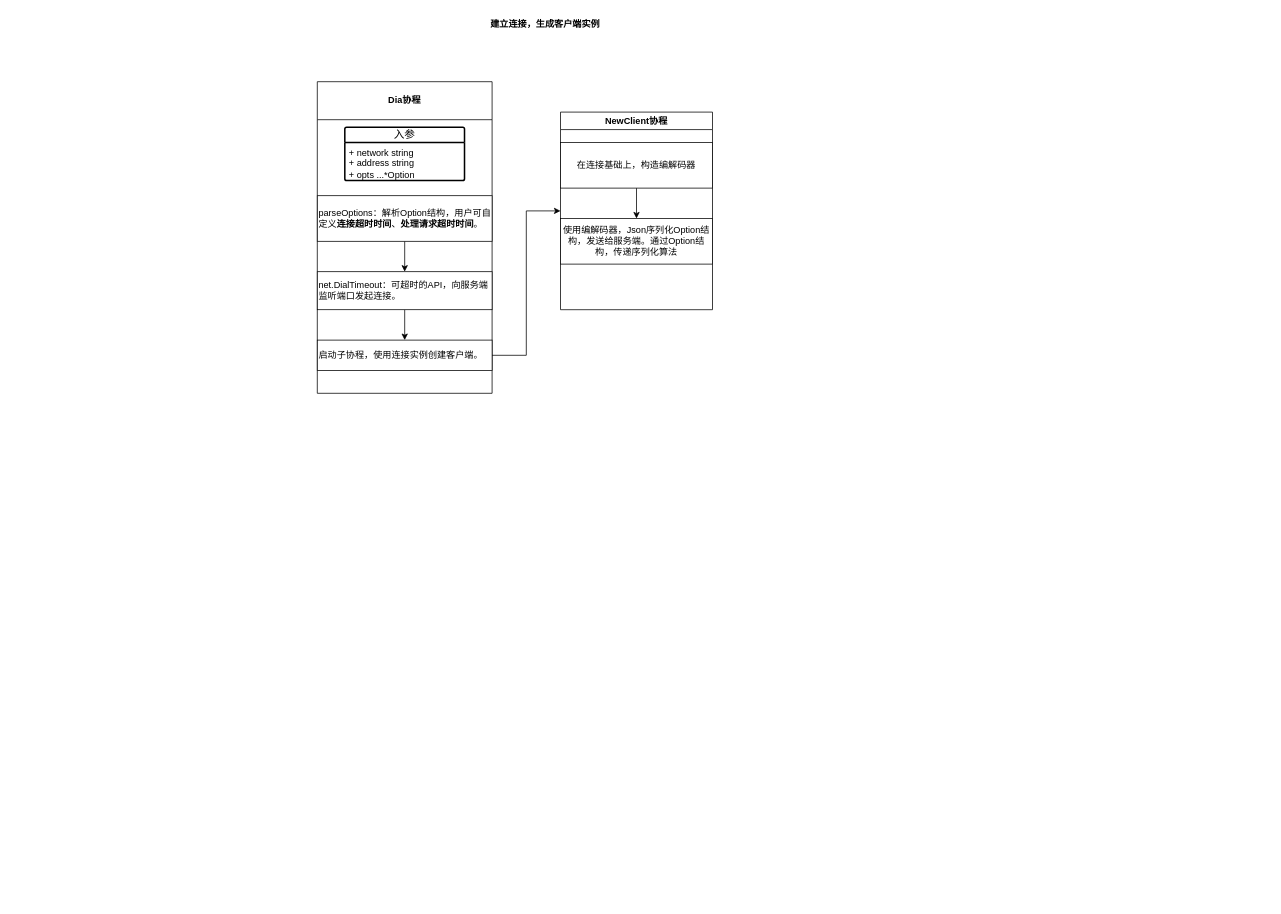
Earlier version of the draw.io diagram DIY_RPC/DIY_RPC_client.drawio (wsxzei/markdown-photos). Source tidied: cells renumbered, new cells numbered last; positions are measured from the earlier drawing's top-left corner, leaving out a move shared by most shapes. Both pictures are drawn from the tidied source at 76%, with x=0, y=0 at pixel (317, 13).
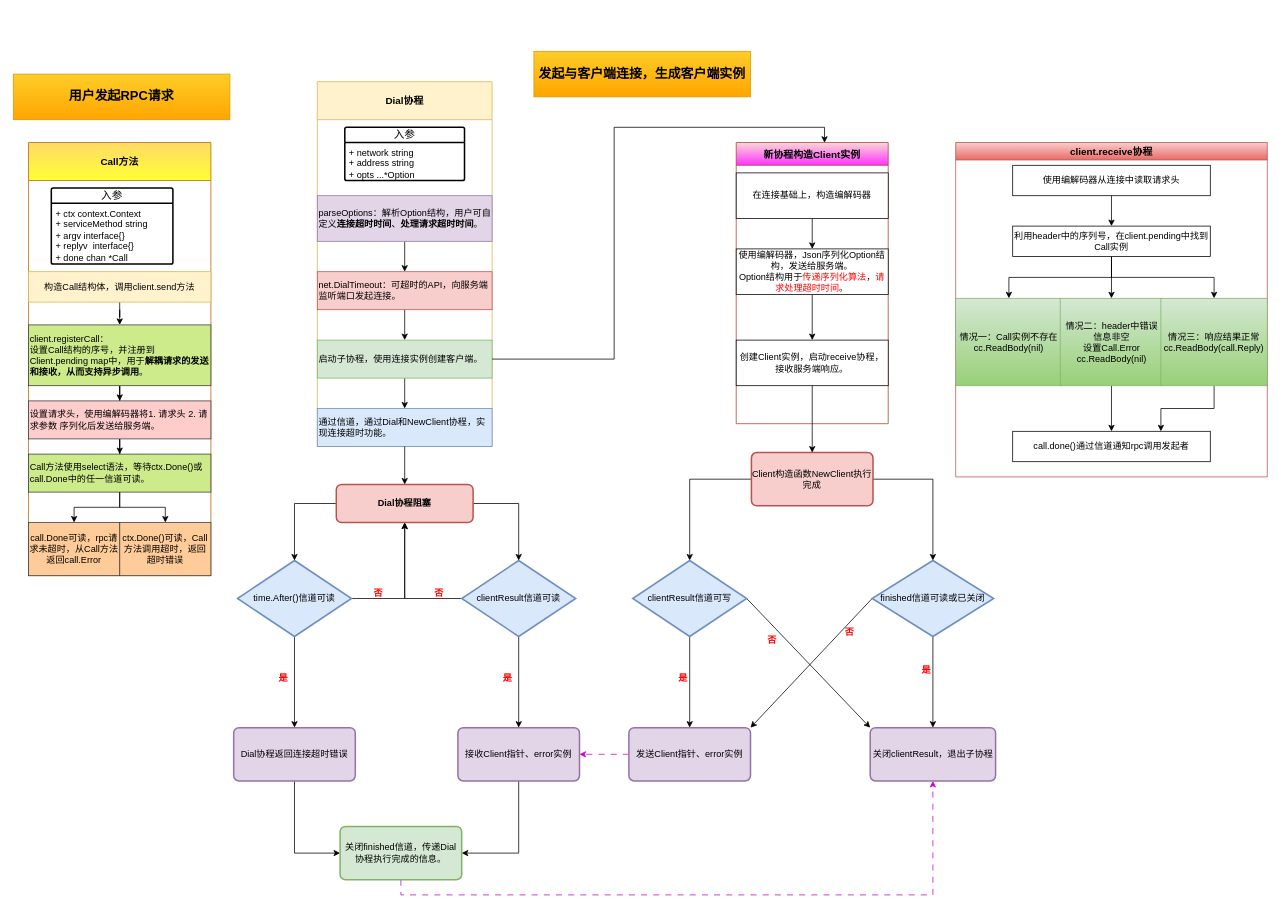
The same diagram, later.

The edit, as a diff of the source:
```diff
@@
-    <mxCell id="2" value="Dia协程" style="swimlane;whiteSpace=wrap;html=1;startSize=50;" parent="1" vertex="1">
-      <mxGeometry y="90" width="230" height="410" as="geometry" />
+    <mxCell id="2" value="Dial协程" style="swimlane;whiteSpace=wrap;html=1;startSize=50;fillColor=#fff2cc;strokeColor=#d6b656;fontSize=13;" parent="1" vertex="1">
+      <mxGeometry y="90" width="230" height="480" as="geometry" />
     </mxCell>
@@
-    <mxCell id="4" value="parseOptions：解析Option结构，用户可自定义&lt;b&gt;连接超时时间&lt;/b&gt;、&lt;b&gt;处理请求超时时间&lt;/b&gt;。" style="rounded=0;whiteSpace=wrap;html=1;align=left;" parent="2" vertex="1">
+    <mxCell id="4" value="parseOptions：解析Option结构，用户可自定义&lt;b&gt;连接超时时间&lt;/b&gt;、&lt;b&gt;处理请求超时时间&lt;/b&gt;。" style="rounded=0;whiteSpace=wrap;html=1;align=left;fillColor=#e1d5e7;strokeColor=#9673a6;" parent="2" vertex="1">
       <mxGeometry y="150" width="230" height="60" as="geometry" />
     </mxCell>
@@
-    <mxCell id="6" value="net.DialTimeout：可超时的API，向服务端监听端口发起连接。" style="rounded=0;whiteSpace=wrap;html=1;align=left;" parent="2" vertex="1">
+    <mxCell id="6" value="net.DialTimeout：可超时的API，向服务端监听端口发起连接。" style="rounded=0;whiteSpace=wrap;html=1;align=left;fillColor=#f8cecc;strokeColor=#b85450;" parent="2" vertex="1">
       <mxGeometry y="250" width="230" height="50" as="geometry" />
     </mxCell>
+    <mxCell id="16" style="edgeStyle=orthogonalEdgeStyle;rounded=0;jettySize=auto;html=1;" parent="2" edge="1" source="7" target="17">
+      <mxGeometry relative="1" as="geometry" />
+    </mxCell>
-    <mxCell id="7" value="启动子协程，使用连接实例创建客户端。" style="rounded=0;whiteSpace=wrap;html=1;align=left;" parent="2" vertex="1">
-      <mxGeometry y="340" width="230" height="40" as="geometry" />
+    <mxCell id="7" value="启动子协程，使用连接实例创建客户端。" style="rounded=0;whiteSpace=wrap;html=1;align=left;fillColor=#d5e8d4;strokeColor=#82b366;" parent="2" vertex="1">
+      <mxGeometry y="340" width="230" height="50" as="geometry" />
     </mxCell>
@@
+    <mxCell id="17" value="通过信道，通过Dial和NewClient协程，实现连接超时功能。" style="rounded=0;whiteSpace=wrap;html=1;align=left;fillColor=#dae8fc;strokeColor=#6c8ebf;" parent="2" vertex="1">
+      <mxGeometry y="430" width="230" height="50" as="geometry" />
+    </mxCell>
-    <mxCell id="10" value="建立连接，生成客户端实例" style="text;html=1;strokeColor=none;fillColor=none;align=center;verticalAlign=middle;whiteSpace=wrap;rounded=0;fontStyle=1;" parent="1" vertex="1">
-      <mxGeometry x="225" width="150" height="30" as="geometry" />
+    <mxCell id="10" value="发起与客户端连接，生成客户端实例" style="text;html=1;fillColor=#ffcd28;align=center;verticalAlign=middle;whiteSpace=wrap;rounded=0;fontStyle=1;fontSize=17;strokeColor=#d79b00;gradientColor=#ffa500;" parent="1" vertex="1">
+      <mxGeometry x="285" y="50" width="285" height="60" as="geometry" />
     </mxCell>
-    <mxCell id="11" value="NewClient协程" style="swimlane;" parent="1" vertex="1">
-      <mxGeometry x="320" y="130" width="200" height="260" as="geometry" />
+    <mxCell id="11" value="新协程构造Client实例" style="swimlane;fillColor=#fad9d5;strokeColor=#ae4132;gradientColor=#FF33FF;startSize=30;fontSize=13;" parent="1" vertex="1">
+      <mxGeometry x="551.2" y="170" width="200" height="370" as="geometry" />
     </mxCell>
@@
+    <mxCell id="18" style="edgeStyle=orthogonalEdgeStyle;rounded=0;jettySize=auto;html=1;exitX=0.5;exitY=1;exitDx=0;exitDy=0;" parent="11" edge="1" source="14" target="19">
+      <mxGeometry relative="1" as="geometry" />
+    </mxCell>
-    <mxCell id="14" value="使用编解码器，Json序列化Option结构，发送给服务端。通过Option结构，传递序列化算法" style="rounded=0;whiteSpace=wrap;html=1;" parent="11" vertex="1">
+    <mxCell id="14" value="使用编解码器，Json序列化Option结构，发送给服务端。&lt;br&gt;Option结构用于&lt;font color=&quot;#ff0000&quot;&gt;传递序列化算法&lt;/font&gt;，&lt;font color=&quot;#ff0000&quot;&gt;请求处理超时时间&lt;/font&gt;。" style="rounded=0;whiteSpace=wrap;html=1;" parent="11" vertex="1">
       <mxGeometry y="140" width="200" height="60" as="geometry" />
     </mxCell>
+    <mxCell id="19" value="创建Client实例，启动receive协程，接收服务端响应。" style="rounded=0;whiteSpace=wrap;html=1;" parent="11" vertex="1">
+      <mxGeometry y="260" width="200" height="60" as="geometry" />
+    </mxCell>
+    <mxCell id="20" style="edgeStyle=orthogonalEdgeStyle;rounded=0;jettySize=auto;html=1;exitX=0;exitY=0.5;exitDx=0;exitDy=0;exitPerimeter=0;entryX=0.5;entryY=1;entryDx=0;entryDy=0;" parent="1" edge="1" source="22" target="30">
+      <mxGeometry relative="1" as="geometry" />
+    </mxCell>
+    <mxCell id="21" style="edgeStyle=orthogonalEdgeStyle;rounded=0;jettySize=auto;html=1;exitX=0.5;exitY=1;exitDx=0;exitDy=0;exitPerimeter=0;" parent="1" edge="1" source="22" target="46">
+      <mxGeometry relative="1" as="geometry" />
+    </mxCell>
+    <mxCell id="22" value="clientResult信道可读" style="strokeWidth=2;html=1;shape=mxgraph.flowchart.decision;whiteSpace=wrap;fillColor=#dae8fc;strokeColor=#6c8ebf;" parent="1" vertex="1">
+      <mxGeometry x="190" y="720" width="150" height="100" as="geometry" />
+    </mxCell>
+    <mxCell id="23" style="edgeStyle=orthogonalEdgeStyle;rounded=0;jettySize=auto;html=1;exitX=0.5;exitY=1;exitDx=0;exitDy=0;exitPerimeter=0;" parent="1" edge="1" source="25" target="27">
+      <mxGeometry relative="1" as="geometry" />
+    </mxCell>
+    <mxCell id="24" style="edgeStyle=orthogonalEdgeStyle;rounded=0;jettySize=auto;html=1;exitX=1;exitY=0.5;exitDx=0;exitDy=0;exitPerimeter=0;entryX=0.5;entryY=1;entryDx=0;entryDy=0;" parent="1" edge="1" source="25" target="30">
+      <mxGeometry relative="1" as="geometry" />
+    </mxCell>
+    <mxCell id="25" value="time.After()信道可读" style="strokeWidth=2;html=1;shape=mxgraph.flowchart.decision;whiteSpace=wrap;fillColor=#dae8fc;strokeColor=#6c8ebf;" parent="1" vertex="1">
+      <mxGeometry x="-105" y="720" width="150" height="100" as="geometry" />
+    </mxCell>
+    <mxCell id="26" style="edgeStyle=orthogonalEdgeStyle;rounded=0;jettySize=auto;html=1;exitX=0.5;exitY=1;exitDx=0;exitDy=0;entryX=0;entryY=0.5;entryDx=0;entryDy=0;" parent="1" edge="1" source="27" target="48">
+      <mxGeometry relative="1" as="geometry" />
+    </mxCell>
+    <mxCell id="27" value="Dial协程返回连接超时错误" style="rounded=1;whiteSpace=wrap;html=1;absoluteArcSize=1;arcSize=14;strokeWidth=2;fillColor=#e1d5e7;strokeColor=#9673a6;" parent="1" vertex="1">
+      <mxGeometry x="-110" y="940" width="160" height="70" as="geometry" />
+    </mxCell>
+    <mxCell id="28" style="edgeStyle=orthogonalEdgeStyle;rounded=0;jettySize=auto;html=1;exitX=0;exitY=0.5;exitDx=0;exitDy=0;entryX=0.5;entryY=0;entryDx=0;entryDy=0;entryPerimeter=0;" parent="1" edge="1" source="30" target="25">
+      <mxGeometry relative="1" as="geometry" />
+    </mxCell>
+    <mxCell id="29" style="edgeStyle=orthogonalEdgeStyle;rounded=0;jettySize=auto;html=1;exitX=1;exitY=0.5;exitDx=0;exitDy=0;entryX=0.5;entryY=0;entryDx=0;entryDy=0;entryPerimeter=0;" parent="1" edge="1" source="30" target="22">
+      <mxGeometry relative="1" as="geometry" />
+    </mxCell>
+    <mxCell id="30" value="Dial协程阻塞" style="rounded=1;whiteSpace=wrap;html=1;absoluteArcSize=1;arcSize=14;strokeWidth=2;fontStyle=1;fillColor=#f8cecc;strokeColor=#b85450;" parent="1" vertex="1">
+      <mxGeometry x="25" y="620" width="180" height="50" as="geometry" />
+    </mxCell>
+    <mxCell id="31" style="edgeStyle=orthogonalEdgeStyle;rounded=0;jettySize=auto;html=1;exitX=0.5;exitY=1;exitDx=0;exitDy=0;" parent="1" edge="1" source="17" target="30">
+      <mxGeometry relative="1" as="geometry" />
+    </mxCell>
+    <mxCell id="32" value="是" style="text;html=1;align=center;verticalAlign=middle;strokeColor=none;fillColor=none;fontStyle=1;fontColor=#FF0000;" parent="1" vertex="1">
+      <mxGeometry x="-65" y="860" width="40" height="30" as="geometry" />
+    </mxCell>
+    <mxCell id="33" value="否" style="text;html=1;align=center;verticalAlign=middle;strokeColor=none;fillColor=none;fontStyle=1;fontColor=#FF0000;" parent="1" vertex="1">
+      <mxGeometry x="60" y="748" width="40" height="30" as="geometry" />
+    </mxCell>
+    <mxCell id="34" value="否" style="text;html=1;align=center;verticalAlign=middle;strokeColor=none;fillColor=none;fontStyle=1;fontColor=#FF0000;" parent="1" vertex="1">
+      <mxGeometry x="140" y="748" width="40" height="30" as="geometry" />
+    </mxCell>
+    <mxCell id="35" style="edgeStyle=orthogonalEdgeStyle;rounded=0;jettySize=auto;html=1;exitX=0;exitY=0.5;exitDx=0;exitDy=0;entryX=0.5;entryY=0;entryDx=0;entryDy=0;entryPerimeter=0;" parent="1" edge="1" source="37" target="40">
+      <mxGeometry relative="1" as="geometry" />
+    </mxCell>
+    <mxCell id="36" style="edgeStyle=orthogonalEdgeStyle;rounded=0;jettySize=auto;html=1;exitX=1;exitY=0.5;exitDx=0;exitDy=0;entryX=0.5;entryY=0;entryDx=0;entryDy=0;entryPerimeter=0;" parent="1" edge="1" source="37" target="43">
+      <mxGeometry relative="1" as="geometry" />
+    </mxCell>
+    <mxCell id="37" value="Client构造函数NewClient执行完成" style="rounded=1;whiteSpace=wrap;html=1;absoluteArcSize=1;arcSize=14;strokeWidth=2;fillColor=#f8cecc;strokeColor=#b85450;" parent="1" vertex="1">
+      <mxGeometry x="571.2" y="578" width="160" height="70" as="geometry" />
+    </mxCell>
+    <mxCell id="38" style="edgeStyle=orthogonalEdgeStyle;rounded=0;jettySize=auto;html=1;exitX=0.5;exitY=1;exitDx=0;exitDy=0;exitPerimeter=0;" parent="1" edge="1" source="40" target="50">
+      <mxGeometry relative="1" as="geometry" />
+    </mxCell>
+    <mxCell id="39" style="rounded=0;jettySize=auto;html=1;exitX=1;exitY=0.5;exitDx=0;exitDy=0;exitPerimeter=0;entryX=0;entryY=0;entryDx=0;entryDy=0;" parent="1" edge="1" source="40" target="52">
+      <mxGeometry relative="1" as="geometry" />
+    </mxCell>
+    <mxCell id="40" value="clientResult信道可写" style="strokeWidth=2;html=1;shape=mxgraph.flowchart.decision;whiteSpace=wrap;fillColor=#dae8fc;strokeColor=#6c8ebf;" parent="1" vertex="1">
+      <mxGeometry x="415" y="720" width="150" height="100" as="geometry" />
+    </mxCell>
+    <mxCell id="41" style="edgeStyle=orthogonalEdgeStyle;rounded=0;jettySize=auto;html=1;exitX=0.5;exitY=1;exitDx=0;exitDy=0;exitPerimeter=0;entryX=0.5;entryY=0;entryDx=0;entryDy=0;" parent="1" edge="1" source="43" target="52">
+      <mxGeometry relative="1" as="geometry" />
+    </mxCell>
+    <mxCell id="42" style="rounded=0;jettySize=auto;html=1;exitX=0;exitY=0.5;exitDx=0;exitDy=0;exitPerimeter=0;entryX=1;entryY=0;entryDx=0;entryDy=0;" parent="1" edge="1" source="43" target="50">
+      <mxGeometry relative="1" as="geometry" />
+    </mxCell>
+    <mxCell id="43" value="finished信道可读或已关闭" style="strokeWidth=2;html=1;shape=mxgraph.flowchart.decision;whiteSpace=wrap;fillColor=#dae8fc;strokeColor=#6c8ebf;" parent="1" vertex="1">
+      <mxGeometry x="730" y="720" width="160" height="100" as="geometry" />
+    </mxCell>
+    <mxCell id="44" value="是" style="text;html=1;align=center;verticalAlign=middle;strokeColor=none;fillColor=none;fontStyle=1;fontColor=#FF0000;" parent="1" vertex="1">
+      <mxGeometry x="230" y="860" width="40" height="30" as="geometry" />
+    </mxCell>
+    <mxCell id="45" style="edgeStyle=orthogonalEdgeStyle;rounded=0;jettySize=auto;html=1;exitX=0.5;exitY=1;exitDx=0;exitDy=0;entryX=1;entryY=0.5;entryDx=0;entryDy=0;" parent="1" edge="1" source="46" target="48">
+      <mxGeometry relative="1" as="geometry" />
+    </mxCell>
+    <mxCell id="46" value="接收Client指针、error实例" style="rounded=1;whiteSpace=wrap;html=1;absoluteArcSize=1;arcSize=14;strokeWidth=2;fillColor=#e1d5e7;strokeColor=#9673a6;" parent="1" vertex="1">
+      <mxGeometry x="185" y="940" width="160" height="70" as="geometry" />
+    </mxCell>
+    <mxCell id="47" style="edgeStyle=orthogonalEdgeStyle;rounded=0;jettySize=auto;html=1;exitX=0.5;exitY=1;exitDx=0;exitDy=0;entryX=0.5;entryY=1;entryDx=0;entryDy=0;dashed=1;dashPattern=8 8;strokeColor=#CC00CC;" parent="1" edge="1" source="48" target="52">
+      <mxGeometry relative="1" as="geometry" />
+    </mxCell>
+    <mxCell id="48" value="关闭finished信道，传递Dial协程执行完成的信息。" style="rounded=1;whiteSpace=wrap;html=1;absoluteArcSize=1;arcSize=14;strokeWidth=2;fillColor=#d5e8d4;strokeColor=#82b366;" parent="1" vertex="1">
+      <mxGeometry x="30" y="1070" width="160" height="70" as="geometry" />
+    </mxCell>
+    <mxCell id="49" style="edgeStyle=orthogonalEdgeStyle;rounded=0;jettySize=auto;html=1;exitX=0;exitY=0.5;exitDx=0;exitDy=0;dashed=1;dashPattern=8 8;strokeColor=#CC00CC;" parent="1" edge="1" source="50" target="46">
+      <mxGeometry relative="1" as="geometry" />
+    </mxCell>
+    <mxCell id="50" value="发送Client指针、error实例" style="rounded=1;whiteSpace=wrap;html=1;absoluteArcSize=1;arcSize=14;strokeWidth=2;fillColor=#e1d5e7;strokeColor=#9673a6;" parent="1" vertex="1">
+      <mxGeometry x="410" y="940" width="160" height="70" as="geometry" />
+    </mxCell>
+    <mxCell id="51" value="是" style="text;html=1;align=center;verticalAlign=middle;strokeColor=none;fillColor=none;fontStyle=1;fontColor=#FF0000;" parent="1" vertex="1">
+      <mxGeometry x="461.2" y="860" width="40" height="30" as="geometry" />
+    </mxCell>
+    <mxCell id="52" value="关闭clientResult，退出子协程" style="rounded=1;whiteSpace=wrap;html=1;absoluteArcSize=1;arcSize=14;strokeWidth=2;fillColor=#e1d5e7;strokeColor=#9673a6;" parent="1" vertex="1">
+      <mxGeometry x="727.5" y="940" width="165" height="70" as="geometry" />
+    </mxCell>
+    <mxCell id="53" value="否" style="text;html=1;align=center;verticalAlign=middle;strokeColor=none;fillColor=none;fontStyle=1;fontColor=#FF0000;" parent="1" vertex="1">
+      <mxGeometry x="680" y="800" width="40" height="30" as="geometry" />
+    </mxCell>
+    <mxCell id="54" value="否" style="text;html=1;align=center;verticalAlign=middle;strokeColor=none;fillColor=none;fontStyle=1;fontColor=#FF0000;" parent="1" vertex="1">
+      <mxGeometry x="577.5" y="810" width="40" height="30" as="geometry" />
+    </mxCell>
+    <mxCell id="55" value="是" style="text;html=1;align=center;verticalAlign=middle;strokeColor=none;fillColor=none;fontStyle=1;fontColor=#FF0000;" parent="1" vertex="1">
+      <mxGeometry x="781.2" y="850" width="40" height="30" as="geometry" />
+    </mxCell>
+    <mxCell id="56" style="edgeStyle=orthogonalEdgeStyle;rounded=0;jettySize=auto;html=1;exitX=0.5;exitY=1;exitDx=0;exitDy=0;" parent="1" edge="1" source="19" target="37">
+      <mxGeometry relative="1" as="geometry" />
+    </mxCell>
-    <mxCell id="15" style="edgeStyle=orthogonalEdgeStyle;rounded=0;jettySize=auto;html=1;exitX=1;exitY=0.5;exitDx=0;exitDy=0;entryX=0;entryY=0.5;entryDx=0;entryDy=0;" parent="1" edge="1" source="7" target="11">
+    <mxCell id="15" style="edgeStyle=orthogonalEdgeStyle;rounded=0;jettySize=auto;html=1;exitX=1;exitY=0.5;exitDx=0;exitDy=0;entryX=0.581;entryY=0.001;entryDx=0;entryDy=0;entryPerimeter=0;" parent="1" edge="1" source="7" target="11">
       <mxGeometry relative="1" as="geometry" />
     </mxCell>
+    <mxCell id="57" value="用户发起RPC请求" style="text;html=1;fillColor=#ffcd28;align=center;verticalAlign=middle;whiteSpace=wrap;rounded=0;fontStyle=1;fontSize=17;strokeColor=#d79b00;gradientColor=#ffa500;" parent="1" vertex="1">
+      <mxGeometry x="-400" y="80" width="285" height="60" as="geometry" />
+    </mxCell>
+    <mxCell id="58" value="Call方法" style="swimlane;whiteSpace=wrap;html=1;startSize=50;fillColor=#FFD966;strokeColor=#b46504;gradientColor=#FFFF33;fontSize=13;" parent="1" vertex="1">
+      <mxGeometry x="-380" y="170" width="240" height="570" as="geometry" />
+    </mxCell>
+    <mxCell id="59" style="edgeStyle=orthogonalEdgeStyle;rounded=0;jettySize=auto;html=1;" parent="58" edge="1" source="60" target="62">
+      <mxGeometry relative="1" as="geometry" />
+    </mxCell>
+    <mxCell id="60" value="构造Call结构体，调用client.send方法" style="rounded=0;whiteSpace=wrap;html=1;align=center;fillColor=#fff2cc;strokeColor=#d6b656;" parent="58" vertex="1">
+      <mxGeometry y="170" width="240" height="40" as="geometry" />
+    </mxCell>
+    <mxCell id="61" style="edgeStyle=orthogonalEdgeStyle;rounded=0;jettySize=auto;html=1;" parent="58" edge="1" source="62" target="64">
+      <mxGeometry relative="1" as="geometry" />
+    </mxCell>
+    <mxCell id="62" value="client.registerCall：&lt;br&gt;设置Call结构的序号，并注册到Client.pending map中，用于&lt;b&gt;解耦请求的发送和接收，从而支持异步调用&lt;/b&gt;。" style="rounded=0;whiteSpace=wrap;html=1;align=left;fillColor=#cdeb8b;strokeColor=#36393d;" parent="58" vertex="1">
+      <mxGeometry y="240" width="240" height="80" as="geometry" />
+    </mxCell>
+    <mxCell id="63" style="edgeStyle=orthogonalEdgeStyle;rounded=0;jettySize=auto;html=1;" parent="58" edge="1" source="64" target="68">
+      <mxGeometry relative="1" as="geometry" />
+    </mxCell>
+    <mxCell id="64" value="设置请求头，使用编解码器将1. 请求头 2. 请求参数 序列化后发送给服务端。" style="rounded=0;whiteSpace=wrap;html=1;align=left;fillColor=#ffcccc;strokeColor=#36393d;" parent="58" vertex="1">
+      <mxGeometry y="340" width="240" height="50" as="geometry" />
+    </mxCell>
+    <mxCell id="65" value="入参" style="swimlane;horizontal=1;startSize=20;rounded=1;fontSize=14;fontStyle=0;strokeWidth=2;shadow=0;dashed=0;align=center;arcSize=4;whiteSpace=wrap;html=1;" parent="58" vertex="1">
+      <mxGeometry x="30" y="60" width="160" height="100" as="geometry" />
+    </mxCell>
+    <mxCell id="66" value="+ ctx context.Context&lt;br&gt;+ serviceMethod string&lt;br&gt;+ argv interface{}&lt;br&gt;+ replyv&amp;nbsp; interface{}&lt;br&gt;+ done chan *Call" style="align=left;strokeColor=none;fillColor=none;spacingLeft=4;fontSize=12;verticalAlign=top;html=1;" parent="65" vertex="1">
+      <mxGeometry y="20" width="160" height="80" as="geometry" />
+    </mxCell>
+    <mxCell id="67" style="edgeStyle=orthogonalEdgeStyle;rounded=0;jettySize=auto;html=1;exitX=0.5;exitY=1;exitDx=0;exitDy=0;" parent="58" edge="1" source="68" target="69">
+      <mxGeometry relative="1" as="geometry" />
+    </mxCell>
+    <mxCell id="68" value="Call方法使用select语法，等待ctx.Done()或call.Done中的任一信道可读。" style="rounded=0;whiteSpace=wrap;html=1;align=left;fillColor=#cdeb8b;strokeColor=#36393d;" parent="58" vertex="1">
+      <mxGeometry y="410" width="240" height="50" as="geometry" />
+    </mxCell>
+    <mxCell id="69" value="ctx.Done()可读，Call方法调用超时，返回超时错误" style="rounded=0;whiteSpace=wrap;html=1;fillColor=#ffcc99;strokeColor=#36393d;" parent="58" vertex="1">
+      <mxGeometry x="120" y="500" width="120" height="70" as="geometry" />
+    </mxCell>
+    <mxCell id="70" value="call.Done可读，rpc请求未超时，从Call方法返回call.Error" style="rounded=0;whiteSpace=wrap;html=1;fillColor=#ffcc99;strokeColor=#36393d;" parent="1" vertex="1">
+      <mxGeometry x="-380" y="670" width="120" height="70" as="geometry" />
+    </mxCell>
+    <mxCell id="71" style="edgeStyle=orthogonalEdgeStyle;rounded=0;jettySize=auto;html=1;exitX=0.5;exitY=1;exitDx=0;exitDy=0;" parent="1" edge="1" source="68" target="70">
+      <mxGeometry relative="1" as="geometry" />
+    </mxCell>
+    <mxCell id="72" value="client.receive协程" style="swimlane;whiteSpace=wrap;html=1;fillColor=#f8cecc;gradientColor=#ea6b66;strokeColor=#b85450;fontSize=13;" parent="1" vertex="1">
+      <mxGeometry x="840" y="170" width="410" height="440" as="geometry" />
+    </mxCell>
+    <mxCell id="73" style="edgeStyle=orthogonalEdgeStyle;rounded=0;jettySize=auto;html=1;" parent="72" edge="1" source="76" target="77">
+      <mxGeometry relative="1" as="geometry" />
+    </mxCell>
+    <mxCell id="74" style="edgeStyle=orthogonalEdgeStyle;rounded=0;jettySize=auto;html=1;exitX=0.5;exitY=1;exitDx=0;exitDy=0;entryX=0.5;entryY=0;entryDx=0;entryDy=0;" parent="72" edge="1" source="76" target="79">
+      <mxGeometry relative="1" as="geometry" />
+    </mxCell>
+    <mxCell id="75" style="edgeStyle=orthogonalEdgeStyle;rounded=0;jettySize=auto;html=1;exitX=0.5;exitY=1;exitDx=0;exitDy=0;" parent="72" edge="1" source="76" target="81">
+      <mxGeometry relative="1" as="geometry" />
+    </mxCell>
+    <mxCell id="76" value="利用header中的序列号，在client.pending中找到Call实例" style="rounded=0;whiteSpace=wrap;html=1;" parent="72" vertex="1">
+      <mxGeometry x="75" y="110" width="260" height="40" as="geometry" />
+    </mxCell>
+    <mxCell id="77" value="情况一：Call实例不存在&lt;br&gt;cc.ReadBody(nil)" style="whiteSpace=wrap;html=1;rounded=0;fillColor=#d5e8d4;strokeColor=#82b366;gradientColor=#97d077;" parent="72" vertex="1">
+      <mxGeometry y="205" width="140" height="115" as="geometry" />
+    </mxCell>
+    <mxCell id="78" style="edgeStyle=orthogonalEdgeStyle;rounded=0;jettySize=auto;html=1;exitX=0.5;exitY=1;exitDx=0;exitDy=0;entryX=0.5;entryY=0;entryDx=0;entryDy=0;" parent="72" edge="1" source="79" target="84">
+      <mxGeometry relative="1" as="geometry" />
+    </mxCell>
+    <mxCell id="79" value="情况二：header中错误信息非空&lt;br&gt;设置Call.Error&lt;br&gt;cc.ReadBody(nil)" style="whiteSpace=wrap;html=1;rounded=0;fillColor=#d5e8d4;strokeColor=#82b366;gradientColor=#97d077;" parent="72" vertex="1">
+      <mxGeometry x="137.5" y="205" width="135" height="115" as="geometry" />
+    </mxCell>
+    <mxCell id="80" style="edgeStyle=orthogonalEdgeStyle;rounded=0;jettySize=auto;html=1;exitX=0.5;exitY=1;exitDx=0;exitDy=0;entryX=0.75;entryY=0;entryDx=0;entryDy=0;" parent="72" edge="1" source="81" target="84">
+      <mxGeometry relative="1" as="geometry" />
+    </mxCell>
+    <mxCell id="81" value="情况三：响应结果正常&lt;br&gt;cc.ReadBody(call.Reply)" style="whiteSpace=wrap;html=1;rounded=0;fillColor=#d5e8d4;strokeColor=#82b366;gradientColor=#97d077;" parent="72" vertex="1">
+      <mxGeometry x="270" y="205" width="140" height="115" as="geometry" />
+    </mxCell>
+    <mxCell id="82" value="使用编解码器从连接中读取请求头" style="rounded=0;whiteSpace=wrap;html=1;" parent="72" vertex="1">
+      <mxGeometry x="75" y="30" width="260" height="40" as="geometry" />
+    </mxCell>
+    <mxCell id="83" style="edgeStyle=orthogonalEdgeStyle;rounded=0;jettySize=auto;html=1;" parent="72" edge="1" source="82" target="76">
+      <mxGeometry relative="1" as="geometry" />
+    </mxCell>
+    <mxCell id="84" value="call.done()通过信道通知rpc调用发起者" style="rounded=0;whiteSpace=wrap;html=1;" parent="72" vertex="1">
+      <mxGeometry x="75" y="380" width="260" height="40" as="geometry" />
+    </mxCell>
```
